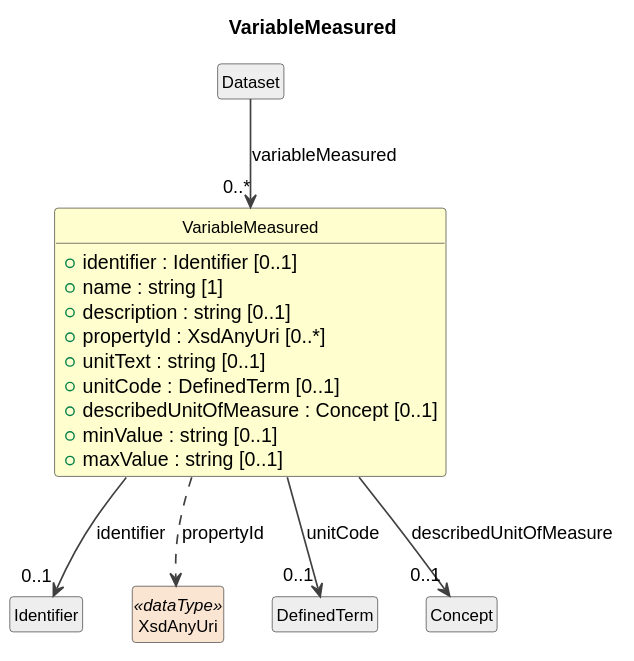
The PlantUML diagram cdif-uml-model/_plantuml/cdifDiscovery/Classes/VariableMeasured.svg in Cross-Domain-Interoperability-Framework/metadataBuildingBlocks, before a commit. The source it was exported from:
```plantuml
@startuml
title VariableMeasured
hide circle
hide empty members
skinparam shadowing false
skinparam ArrowThickness 1.2
skinparam class {
  ArrowColor #404040
  BorderColor #404040
  FontSize 12
}

class "VariableMeasured" as VariableMeasured #FEFECE {
  +identifier : Identifier [0..1]
  +name : string [1]
  +description : string [0..1]
  +propertyId : XsdAnyUri [0..*]
  +unitText : string [0..1]
  +unitCode : DefinedTerm [0..1]
  +describedUnitOfMeasure : Concept [0..1]
  +minValue : string [0..1]
  +maxValue : string [0..1]
}
class "Dataset" as Dataset #EEEEEE
Dataset --> "0..*" VariableMeasured : variableMeasured
class "Identifier" as Identifier #EEEEEE
VariableMeasured --> "0..1" Identifier : identifier
class "XsdAnyUri" as XsdAnyUri <<dataType>> #FAE5D3
VariableMeasured ..> XsdAnyUri : propertyId
class "DefinedTerm" as DefinedTerm #EEEEEE
VariableMeasured --> "0..1" DefinedTerm : unitCode
class "Concept" as Concept #EEEEEE
VariableMeasured --> "0..1" Concept : describedUnitOfMeasure
@enduml
```
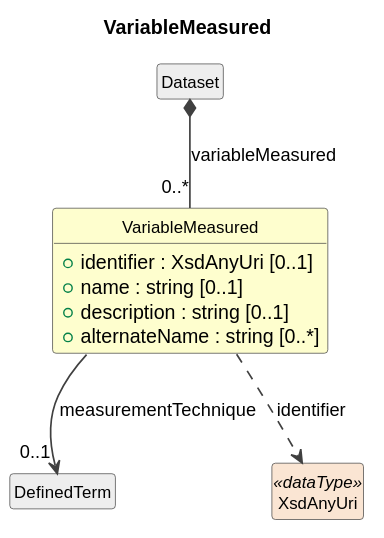
After the commit.

The edit, as a diff of the source:
```diff
@@ -11,24 +11,15 @@
 }
 
 class "VariableMeasured" as VariableMeasured #FEFECE {
-  +identifier : Identifier [0..1]
-  +name : string [1]
+  +identifier : XsdAnyUri [0..1]
+  +name : string [0..1]
   +description : string [0..1]
-  +propertyId : XsdAnyUri [0..*]
-  +unitText : string [0..1]
-  +unitCode : DefinedTerm [0..1]
-  +describedUnitOfMeasure : Concept [0..1]
-  +minValue : string [0..1]
-  +maxValue : string [0..1]
+  +alternateName : string [0..*]
 }
 class "Dataset" as Dataset #EEEEEE
-Dataset --> "0..*" VariableMeasured : variableMeasured
-class "Identifier" as Identifier #EEEEEE
-VariableMeasured --> "0..1" Identifier : identifier
+Dataset *-- "0..*" VariableMeasured : variableMeasured
+class "DefinedTerm" as DefinedTerm #EEEEEE
+VariableMeasured --> "0..1" DefinedTerm : measurementTechnique
 class "XsdAnyUri" as XsdAnyUri <<dataType>> #FAE5D3
-VariableMeasured ..> XsdAnyUri : propertyId
-class "DefinedTerm" as DefinedTerm #EEEEEE
-VariableMeasured --> "0..1" DefinedTerm : unitCode
-class "Concept" as Concept #EEEEEE
-VariableMeasured --> "0..1" Concept : describedUnitOfMeasure
+VariableMeasured ..> XsdAnyUri : identifier
 @enduml
```
